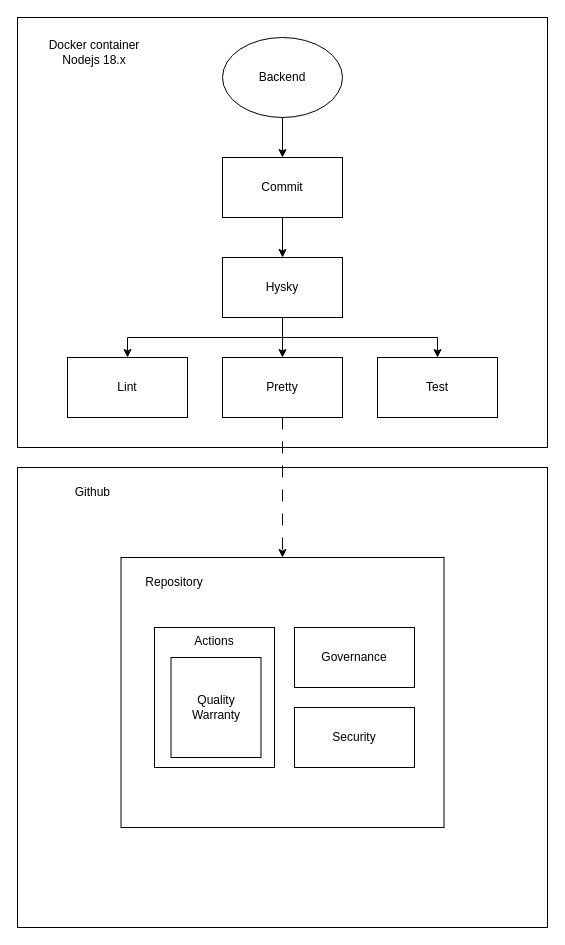
Earlier version of the draw.io diagram page "Backend Quality Warranty" (2 of 5) of bunge.drawio (gabriel-rodrigues-f/sap-api-management-architectural-diagrams). Source tidied: cells renumbered, new cells numbered last; positions are measured from the earlier drawing's top-left corner, leaving out a move shared by most shapes. Both pictures are drawn from the tidied source at 100%, with x=0, y=0 at pixel (17, 17).
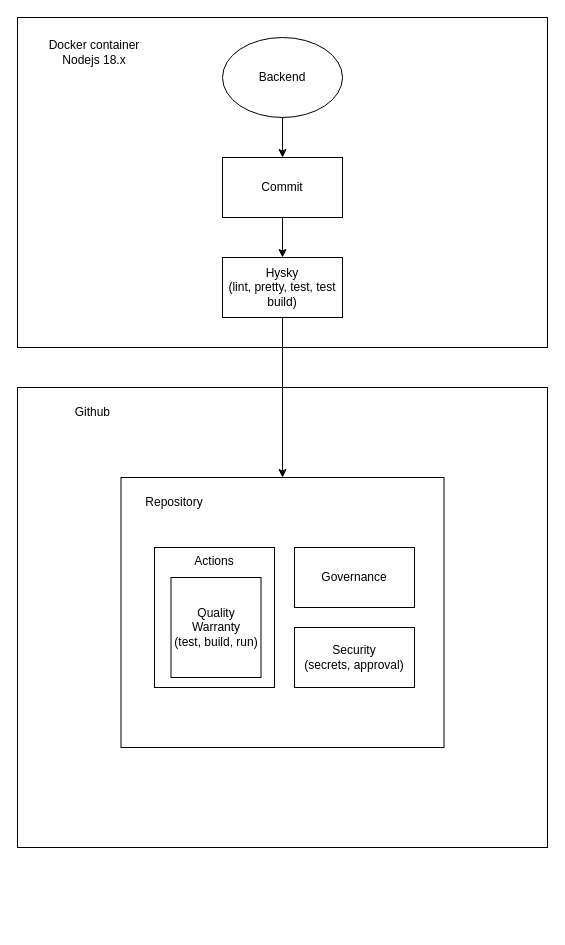
The same page after the edit.

Unchanged cells that the change refers to:
```xml
<mxCell id="19" style="rounded=0;whiteSpace=wrap;html=1;" parent="18" vertex="1">
  <mxGeometry width="323" height="270" as="geometry" />
</mxCell>
```

The edit, as a diff of the source:
```diff
@@
     <mxCell id="2" style="rounded=0;whiteSpace=wrap;html=1;" parent="1" vertex="1">
-      <mxGeometry y="450" width="530" height="460" as="geometry" />
+      <mxGeometry y="370" width="530" height="460" as="geometry" />
     </mxCell>
     <mxCell id="3" style="rounded=0;whiteSpace=wrap;html=1;" parent="1" vertex="1">
-      <mxGeometry width="530" height="430" as="geometry" />
+      <mxGeometry width="530" height="330" as="geometry" />
     </mxCell>
@@
-    <mxCell id="8" style="edgeStyle=orthogonalEdgeStyle;rounded=0;jettySize=auto;html=1;entryX=0.5;entryY=0;entryDx=0;entryDy=0;" parent="1" edge="1" source="11" target="13">
-      <mxGeometry relative="1" as="geometry" />
-    </mxCell>
-    <mxCell id="9" style="edgeStyle=orthogonalEdgeStyle;rounded=0;jettySize=auto;html=1;exitX=0.5;exitY=1;exitDx=0;exitDy=0;" parent="1" edge="1" source="11" target="14">
-      <mxGeometry relative="1" as="geometry" />
-    </mxCell>
-    <mxCell id="10" style="edgeStyle=orthogonalEdgeStyle;rounded=0;jettySize=auto;html=1;exitX=0.5;exitY=1;exitDx=0;exitDy=0;" parent="1" edge="1" source="11" target="15">
-      <mxGeometry relative="1" as="geometry" />
-    </mxCell>
+    <mxCell id="25" style="edgeStyle=orthogonalEdgeStyle;rounded=0;jettySize=auto;html=1;" parent="1" edge="1" source="11" target="19">
+      <mxGeometry relative="1" as="geometry" />
+    </mxCell>
-    <mxCell id="11" value="Hysky" style="rounded=0;whiteSpace=wrap;html=1;" parent="1" vertex="1">
+    <mxCell id="11" value="Hysky&lt;br&gt;(lint, pretty, test, test build)" style="rounded=0;whiteSpace=wrap;html=1;" parent="1" vertex="1">
       <mxGeometry x="205" y="240" width="120" height="60" as="geometry" />
     </mxCell>
-    <mxCell id="12" style="edgeStyle=orthogonalEdgeStyle;rounded=0;jettySize=auto;html=1;dashed=1;dashPattern=12 12;" parent="1" edge="1" source="13" target="19">
-      <mxGeometry relative="1" as="geometry" />
-    </mxCell>
-    <mxCell id="13" value="Pretty" style="rounded=0;whiteSpace=wrap;html=1;" parent="1" vertex="1">
-      <mxGeometry x="205" y="340" width="120" height="60" as="geometry" />
-    </mxCell>
-    <mxCell id="14" value="Lint" style="rounded=0;whiteSpace=wrap;html=1;" parent="1" vertex="1">
-      <mxGeometry x="50" y="340" width="120" height="60" as="geometry" />
-    </mxCell>
-    <mxCell id="15" value="Test" style="rounded=0;whiteSpace=wrap;html=1;" parent="1" vertex="1">
-      <mxGeometry x="360" y="340" width="120" height="60" as="geometry" />
-    </mxCell>
@@
     <mxCell id="17" value="Github&amp;nbsp;" style="text;html=1;strokeColor=none;fillColor=none;align=center;verticalAlign=middle;whiteSpace=wrap;rounded=0;" parent="1" vertex="1">
-      <mxGeometry x="17" y="460" width="120" height="30" as="geometry" />
+      <mxGeometry x="17" y="380" width="120" height="30" as="geometry" />
     </mxCell>
     <mxCell id="18" style="group;" parent="1" vertex="1">
-      <mxGeometry x="103.5" y="540" width="323" height="270" as="geometry" />
+      <mxGeometry x="103.5" y="460" width="323" height="270" as="geometry" />
     </mxCell>
@@
-    <mxCell id="23" value="Security" style="rounded=0;whiteSpace=wrap;html=1;" parent="18" vertex="1">
+    <mxCell id="23" value="Security&lt;br&gt;(secrets,&amp;nbsp;approval)" style="rounded=0;whiteSpace=wrap;html=1;" parent="18" vertex="1">
       <mxGeometry x="173.5" y="150" width="120" height="60" as="geometry" />
     </mxCell>
-    <mxCell id="24" value="Quality Warranty" style="rounded=0;whiteSpace=wrap;html=1;" parent="18" vertex="1">
+    <mxCell id="24" value="Quality Warranty&lt;br&gt;(test, build, run)" style="rounded=0;whiteSpace=wrap;html=1;" parent="18" vertex="1">
       <mxGeometry x="50" y="100" width="90" height="100" as="geometry" />
     </mxCell>
```
